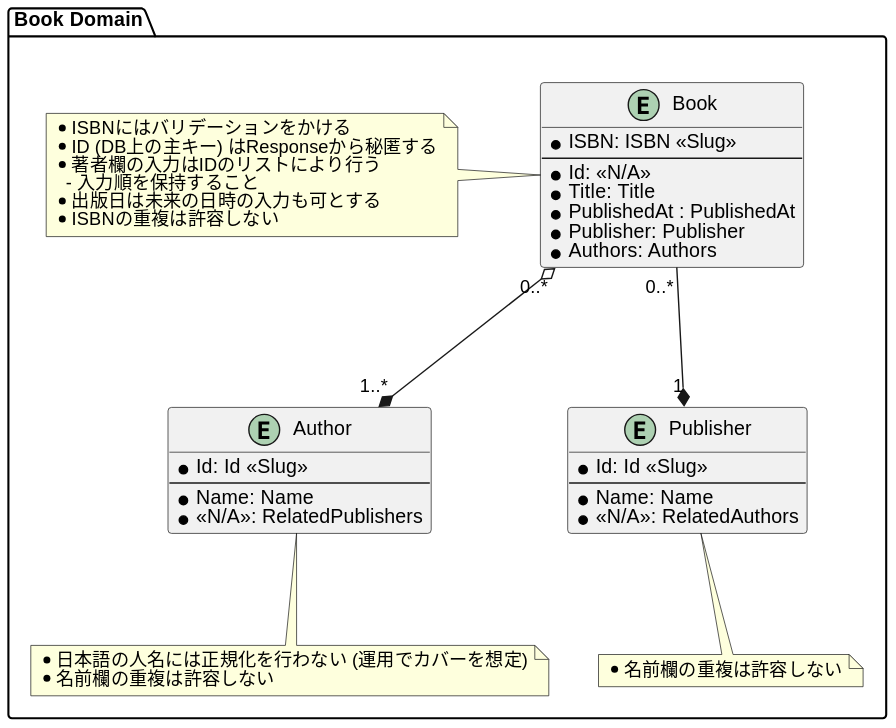
This is Diagrams/BookApi_DomainModel.svg from nftug/BookApi, a PlantUML export, as it was before one commit.
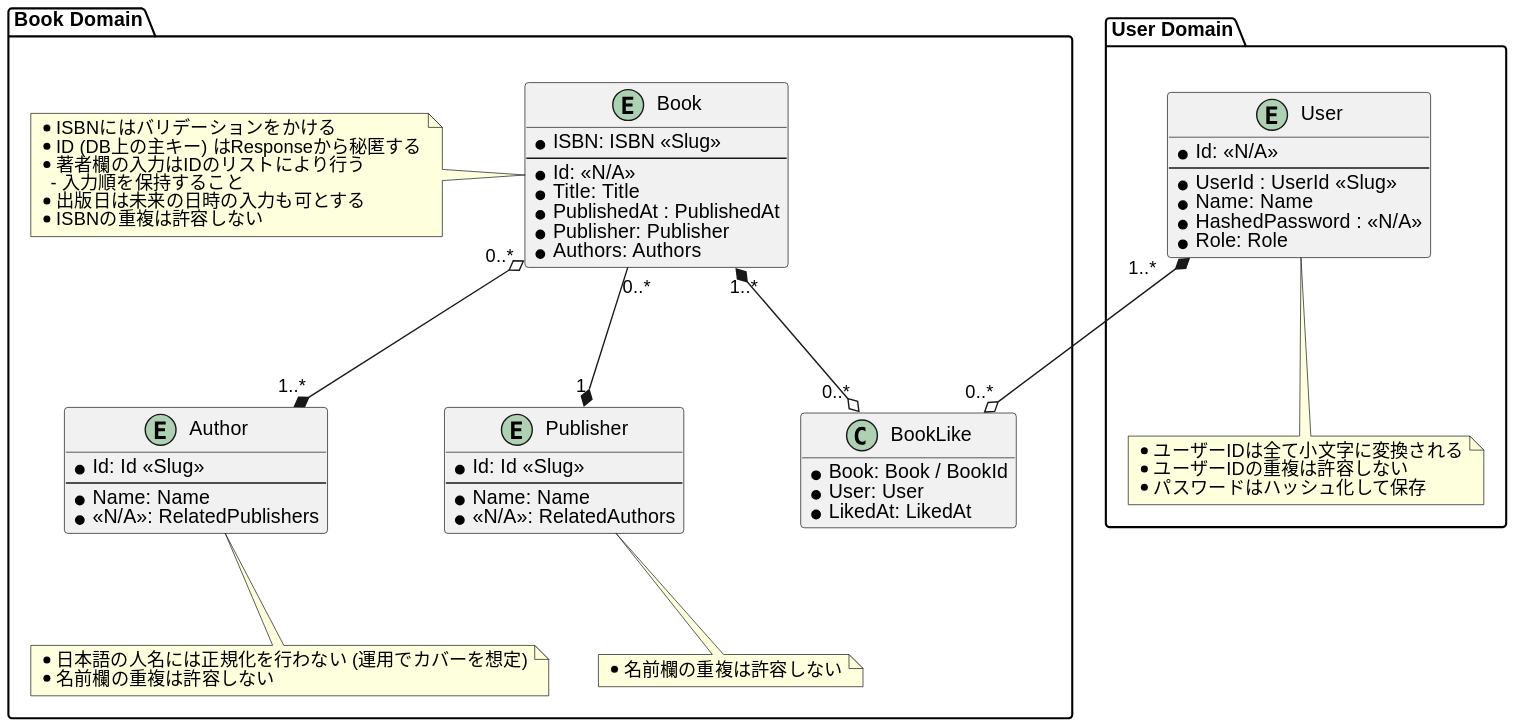
Above is the later version.

Diff of the diagram source:
```diff
@@ -28,8 +28,15 @@
         * Authors: Authors
     }
 
+    class BookLike {
+        * Book: Book / BookId
+        * User: User
+        * LikedAt: LikedAt
+    }
+
     Book "0..*" o--* "1..*" Author
     Book "0..*" --* "1" Publisher
+    Book "1..*" *--o "0..*" BookLike
 
     note left of Book
         * ISBNにはバリデーションをかける
@@ -49,4 +56,24 @@
         * 名前欄の重複は許容しない
     endnote
 }
+
+package "User Domain" {
+    entity User {
+        * Id: <<N/A>>
+        --
+        * UserId : UserId <<Slug>>
+        * Name: Name
+        * HashedPassword : <<N/A>>
+        * Role: Role
+    }
+
+    note bottom of User
+        * ユーザーIDは全て小文字に変換される
+        * ユーザーIDの重複は許容しない
+        * パスワードはハッシュ化して保存
+    endnote
+}
+
+BookLike "0..*" o-up-* "1..*" User
+
 @enduml
```
